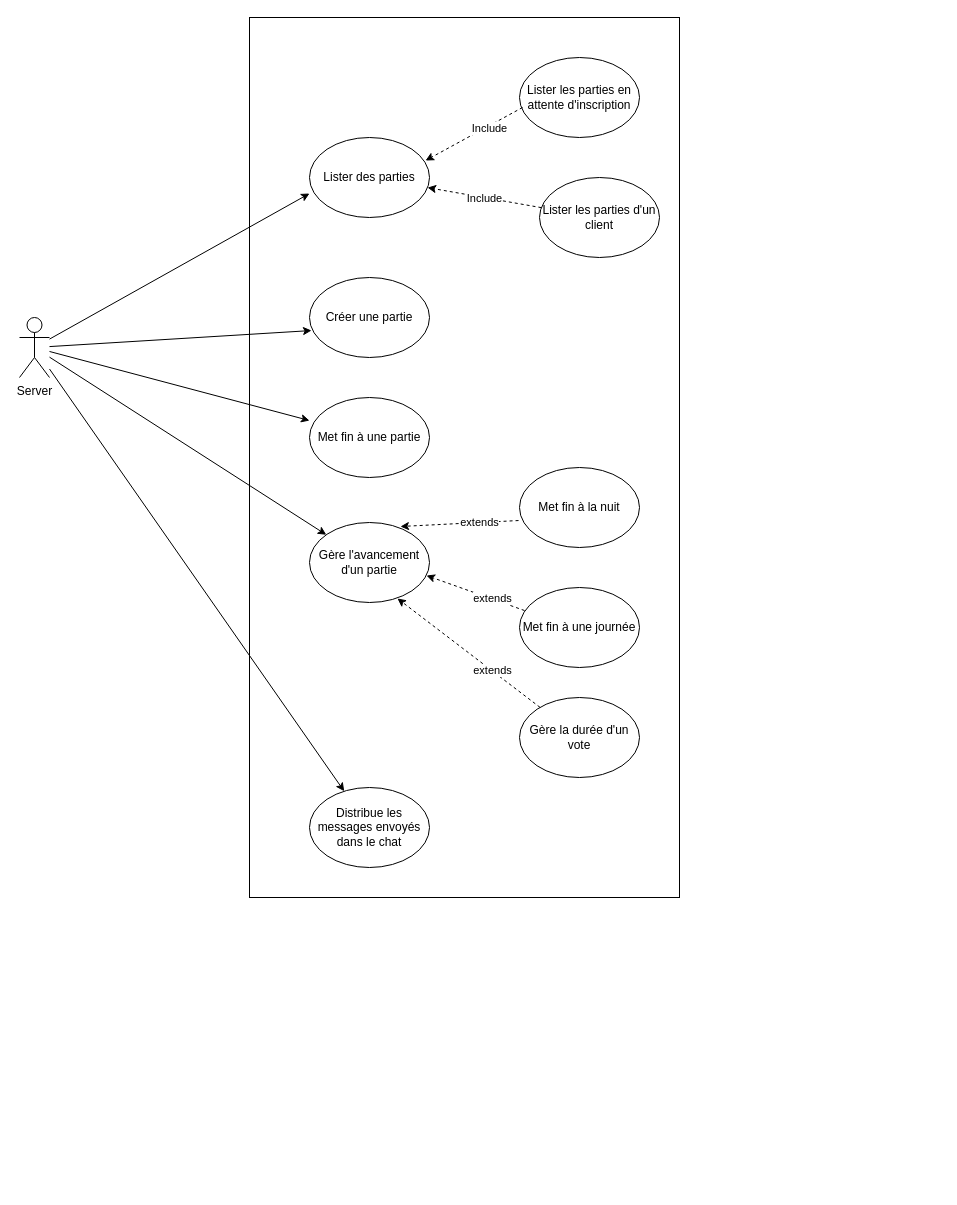
Earlier version of the draw.io diagram documentation/server/use_case.drawio (gfhuth/werewolf). Source tidied: cells renumbered, new cells numbered last; positions are measured from the earlier drawing's top-left corner, leaving out a move shared by most shapes. Both pictures are drawn from the tidied source at 100%, with x=0, y=0 at pixel (19, 17).
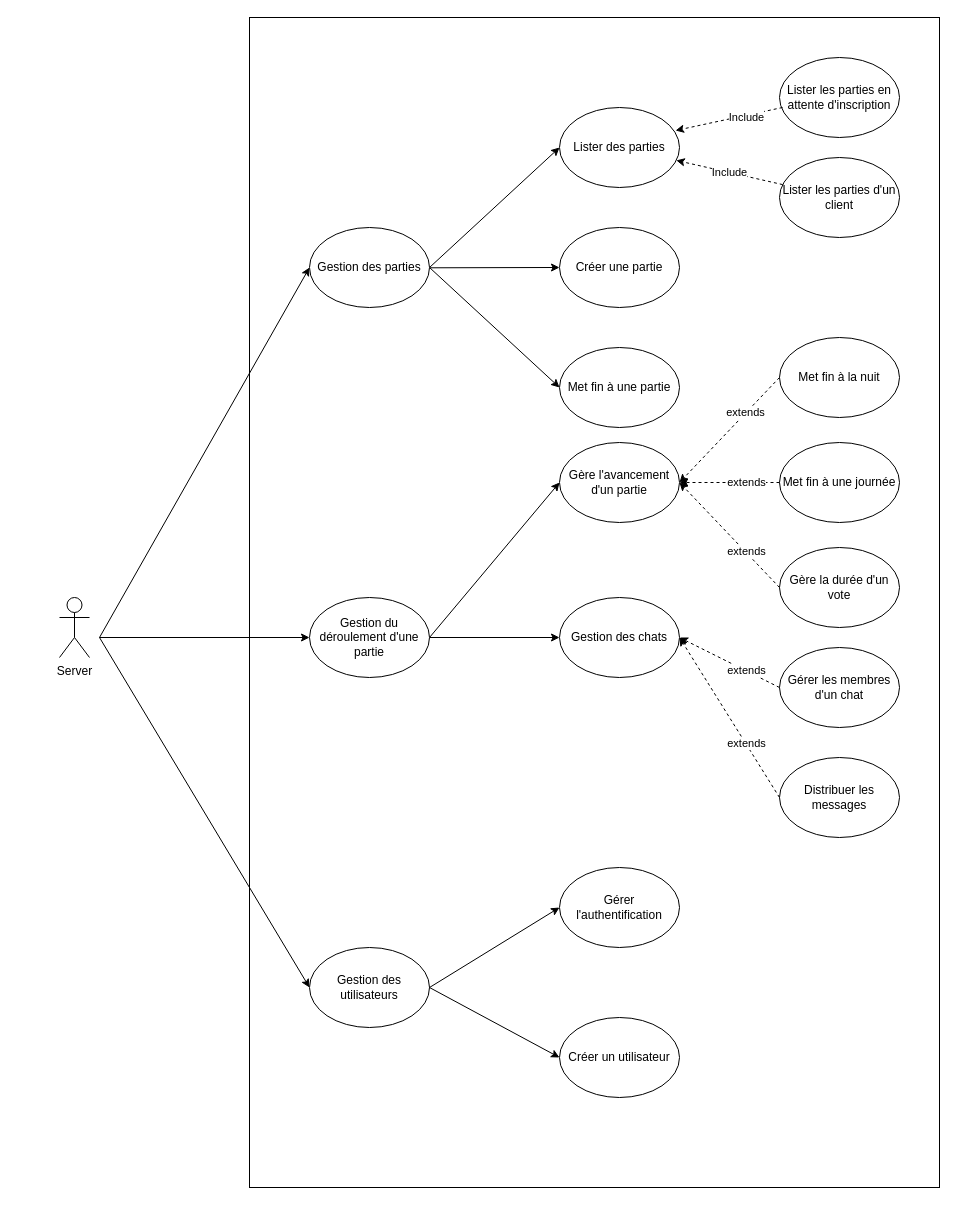
The same page after the edit.

Diff of the diagram source:
```diff
@@
     <mxCell id="2" style="rounded=0;whiteSpace=wrap;html=1;" parent="1" vertex="1">
-      <mxGeometry x="230" width="430" height="880" as="geometry" />
+      <mxGeometry x="230" width="690" height="1170" as="geometry" />
     </mxCell>
     <mxCell id="3" value="Server" style="shape=umlActor;verticalLabelPosition=bottom;verticalAlign=top;html=1;outlineConnect=0;" parent="1" vertex="1">
-      <mxGeometry y="300" width="30" height="60" as="geometry" />
+      <mxGeometry x="40" y="580" width="30" height="60" as="geometry" />
     </mxCell>
+    <mxCell id="29" style="edgeStyle=none;html=1;exitX=0;exitY=0.5;exitDx=0;exitDy=0;entryX=1;entryY=0.5;entryDx=0;entryDy=0;endArrow=none;startArrow=classic;startFill=1;endFill=0;" parent="1" edge="1" source="4" target="45">
+      <mxGeometry relative="1" as="geometry" />
+    </mxCell>
     <mxCell id="4" value="Lister des parties" style="ellipse;whiteSpace=wrap;html=1;" parent="1" vertex="1">
-      <mxGeometry x="290" y="120" width="120" height="80" as="geometry" />
+      <mxGeometry x="540" y="90" width="120" height="80" as="geometry" />
     </mxCell>
     <mxCell id="5" value="Lister les parties d'un client" style="ellipse;whiteSpace=wrap;html=1;" parent="1" vertex="1">
-      <mxGeometry x="520" y="160" width="120" height="80" as="geometry" />
+      <mxGeometry x="760" y="140" width="120" height="80" as="geometry" />
     </mxCell>
     <mxCell id="6" value="Lister les parties en attente d'inscription" style="ellipse;whiteSpace=wrap;html=1;" parent="1" vertex="1">
-      <mxGeometry x="500" y="40" width="120" height="80" as="geometry" />
+      <mxGeometry x="760" y="40" width="120" height="80" as="geometry" />
     </mxCell>
@@
-    <mxCell id="11" style="endArrow=classic;html=1;entryX=0;entryY=0.7;entryDx=0;entryDy=0;entryPerimeter=0;" parent="1" edge="1" source="3" target="4">
-      <mxGeometry relative="1" as="geometry" />
-    </mxCell>
+    <mxCell id="30" style="edgeStyle=none;html=1;exitX=0;exitY=0.5;exitDx=0;exitDy=0;endArrow=none;startArrow=classic;startFill=1;endFill=0;" parent="1" edge="1" source="12">
+      <mxGeometry relative="1" as="geometry">
+        <mxPoint x="410" y="250.3" as="targetPoint" />
+      </mxGeometry>
+    </mxCell>
     <mxCell id="12" value="Créer une partie" style="ellipse;whiteSpace=wrap;html=1;" parent="1" vertex="1">
-      <mxGeometry x="290" y="260" width="120" height="80" as="geometry" />
+      <mxGeometry x="540" y="210" width="120" height="80" as="geometry" />
     </mxCell>
-    <mxCell id="13" style="endArrow=classic;html=1;entryX=0.017;entryY=0.663;entryDx=0;entryDy=0;entryPerimeter=0;" parent="1" edge="1" source="3" target="12">
-      <mxGeometry relative="1" as="geometry" />
-    </mxCell>
+    <mxCell id="31" style="edgeStyle=none;html=1;exitX=0;exitY=0.5;exitDx=0;exitDy=0;startArrow=classic;startFill=1;endArrow=none;endFill=0;" parent="1" edge="1" source="14">
+      <mxGeometry relative="1" as="geometry">
+        <mxPoint x="410" y="250" as="targetPoint" />
+      </mxGeometry>
+    </mxCell>
     <mxCell id="14" value="Met fin à une partie" style="ellipse;whiteSpace=wrap;html=1;" parent="1" vertex="1">
-      <mxGeometry x="290" y="380" width="120" height="80" as="geometry" />
+      <mxGeometry x="540" y="330" width="120" height="80" as="geometry" />
     </mxCell>
-    <mxCell id="15" style="endArrow=classic;html=1;entryX=0;entryY=0.288;entryDx=0;entryDy=0;entryPerimeter=0;" parent="1" edge="1" source="3" target="14">
-      <mxGeometry relative="1" as="geometry" />
-    </mxCell>
     <mxCell id="16" value="Gère l'avancement d'un partie" style="ellipse;whiteSpace=wrap;html=1;" parent="1" vertex="1">
-      <mxGeometry x="290" y="505" width="120" height="80" as="geometry" />
+      <mxGeometry x="540" y="425" width="120" height="80" as="geometry" />
     </mxCell>
-    <mxCell id="17" style="endArrow=classic;html=1;" parent="1" edge="1" source="3" target="16">
-      <mxGeometry relative="1" as="geometry" />
-    </mxCell>
     <mxCell id="18" value="Met fin à la nuit" style="ellipse;whiteSpace=wrap;html=1;" parent="1" vertex="1">
-      <mxGeometry x="500" y="450" width="120" height="80" as="geometry" />
+      <mxGeometry x="760" y="320" width="120" height="80" as="geometry" />
     </mxCell>
     <mxCell id="19" value="Met fin à une journée" style="ellipse;whiteSpace=wrap;html=1;" parent="1" vertex="1">
-      <mxGeometry x="500" y="570" width="120" height="80" as="geometry" />
+      <mxGeometry x="760" y="425" width="120" height="80" as="geometry" />
     </mxCell>
     <mxCell id="20" value="Gère la durée d'un vote" style="ellipse;whiteSpace=wrap;html=1;" parent="1" vertex="1">
-      <mxGeometry x="500" y="680" width="120" height="80" as="geometry" />
+      <mxGeometry x="760" y="530" width="120" height="80" as="geometry" />
     </mxCell>
-    <mxCell id="21" style="endArrow=classic;html=1;dashed=1;entryX=0.758;entryY=0.05;entryDx=0;entryDy=0;entryPerimeter=0;exitX=-0.008;exitY=0.663;exitDx=0;exitDy=0;exitPerimeter=0;" parent="1" edge="1" source="18" target="16">
+    <mxCell id="21" style="endArrow=classic;html=1;dashed=1;entryX=1;entryY=0.5;entryDx=0;entryDy=0;exitX=0;exitY=0.5;exitDx=0;exitDy=0;" parent="1" edge="1" source="18" target="16">
       <mxGeometry relative="1" as="geometry" />
     </mxCell>
@@
-    <mxCell id="23" style="endArrow=classic;html=1;dashed=1;entryX=0.975;entryY=0.663;entryDx=0;entryDy=0;entryPerimeter=0;exitX=0.042;exitY=0.288;exitDx=0;exitDy=0;exitPerimeter=0;" parent="1" edge="1" source="19" target="16">
+    <mxCell id="23" style="endArrow=classic;html=1;dashed=1;entryX=1;entryY=0.5;entryDx=0;entryDy=0;exitX=0;exitY=0.5;exitDx=0;exitDy=0;" parent="1" edge="1" source="19" target="16">
       <mxGeometry relative="1" as="geometry" />
     </mxCell>
@@
-    <mxCell id="25" style="endArrow=classic;html=1;dashed=1;entryX=0.733;entryY=0.95;entryDx=0;entryDy=0;entryPerimeter=0;" parent="1" edge="1" source="20" target="16">
+    <mxCell id="25" style="endArrow=classic;html=1;dashed=1;entryX=1;entryY=0.5;entryDx=0;entryDy=0;exitX=0;exitY=0.5;exitDx=0;exitDy=0;" parent="1" edge="1" source="20" target="16">
       <mxGeometry relative="1" as="geometry" />
     </mxCell>
@@
-    <mxCell id="27" value="Distribue les messages envoyés dans le chat" style="ellipse;whiteSpace=wrap;html=1;" parent="1" vertex="1">
-      <mxGeometry x="290" y="770" width="120" height="80" as="geometry" />
+    <mxCell id="27" value="Gestion des chats" style="ellipse;whiteSpace=wrap;html=1;" parent="1" vertex="1">
+      <mxGeometry x="540" y="580" width="120" height="80" as="geometry" />
     </mxCell>
-    <mxCell id="28" style="endArrow=classic;html=1;" parent="1" edge="1" source="3" target="27">
-      <mxGeometry relative="1" as="geometry" />
-    </mxCell>
+    <mxCell id="32" style="edgeStyle=none;html=1;exitX=1;exitY=0.5;exitDx=0;exitDy=0;entryX=0;entryY=0.5;entryDx=0;entryDy=0;" parent="1" edge="1" source="35" target="16">
+      <mxGeometry relative="1" as="geometry" />
+    </mxCell>
+    <mxCell id="33" style="edgeStyle=none;html=1;exitX=1;exitY=0.5;exitDx=0;exitDy=0;entryX=0;entryY=0.5;entryDx=0;entryDy=0;" parent="1" edge="1" source="35" target="27">
+      <mxGeometry relative="1" as="geometry" />
+    </mxCell>
+    <mxCell id="34" style="edgeStyle=none;html=1;exitX=0;exitY=0.5;exitDx=0;exitDy=0;startArrow=classic;startFill=1;endArrow=none;endFill=0;" parent="1" edge="1" source="35">
+      <mxGeometry relative="1" as="geometry">
+        <mxPoint x="80" y="620" as="targetPoint" />
+      </mxGeometry>
+    </mxCell>
+    <mxCell id="35" value="Gestion du déroulement d'une partie" style="ellipse;whiteSpace=wrap;html=1;" parent="1" vertex="1">
+      <mxGeometry x="290" y="580" width="120" height="80" as="geometry" />
+    </mxCell>
+    <mxCell id="36" value="Gérer les membres&lt;br&gt;d'un chat" style="ellipse;whiteSpace=wrap;html=1;" parent="1" vertex="1">
+      <mxGeometry x="760" y="630" width="120" height="80" as="geometry" />
+    </mxCell>
+    <mxCell id="37" value="Distribuer les messages" style="ellipse;whiteSpace=wrap;html=1;" parent="1" vertex="1">
+      <mxGeometry x="760" y="740" width="120" height="80" as="geometry" />
+    </mxCell>
+    <mxCell id="38" style="endArrow=classic;html=1;dashed=1;entryX=1;entryY=0.5;entryDx=0;entryDy=0;exitX=0;exitY=0.5;exitDx=0;exitDy=0;" parent="1" edge="1" source="36" target="27">
+      <mxGeometry relative="1" as="geometry" />
+    </mxCell>
+    <mxCell id="39" value="extends" style="edgeLabel;html=1;align=center;verticalAlign=middle;" parent="38" vertex="1">
+      <mxGeometry x="-0.32" y="-1" relative="1" as="geometry" />
+    </mxCell>
+    <mxCell id="40" style="endArrow=classic;html=1;dashed=1;entryX=1;entryY=0.5;entryDx=0;entryDy=0;exitX=0;exitY=0.5;exitDx=0;exitDy=0;" parent="1" edge="1" source="37" target="27">
+      <mxGeometry relative="1" as="geometry" />
+    </mxCell>
+    <mxCell id="41" value="extends" style="edgeLabel;html=1;align=center;verticalAlign=middle;" parent="40" vertex="1">
+      <mxGeometry x="-0.32" y="-1" relative="1" as="geometry" />
+    </mxCell>
+    <mxCell id="42" style="edgeStyle=none;html=1;exitX=0;exitY=0.5;exitDx=0;exitDy=0;startArrow=classic;startFill=1;endArrow=none;endFill=0;" parent="1" edge="1" source="43">
+      <mxGeometry relative="1" as="geometry">
+        <mxPoint x="80" y="620" as="targetPoint" />
+      </mxGeometry>
+    </mxCell>
+    <mxCell id="43" value="Gestion des utilisateurs" style="ellipse;whiteSpace=wrap;html=1;" parent="1" vertex="1">
+      <mxGeometry x="290" y="930" width="120" height="80" as="geometry" />
+    </mxCell>
+    <mxCell id="44" style="edgeStyle=none;html=1;exitX=0;exitY=0.5;exitDx=0;exitDy=0;startArrow=classic;startFill=1;endArrow=none;endFill=0;" parent="1" edge="1" source="45">
+      <mxGeometry relative="1" as="geometry">
+        <mxPoint x="80" y="620" as="targetPoint" />
+      </mxGeometry>
+    </mxCell>
+    <mxCell id="45" value="Gestion des parties" style="ellipse;whiteSpace=wrap;html=1;" parent="1" vertex="1">
+      <mxGeometry x="290" y="210" width="120" height="80" as="geometry" />
+    </mxCell>
+    <mxCell id="46" style="edgeStyle=none;html=1;exitX=0;exitY=0.5;exitDx=0;exitDy=0;endArrow=none;startArrow=classic;startFill=1;endFill=0;" parent="1" edge="1" source="47">
+      <mxGeometry relative="1" as="geometry">
+        <mxPoint x="410" y="970" as="targetPoint" />
+      </mxGeometry>
+    </mxCell>
+    <mxCell id="47" value="Gérer l'authentification" style="ellipse;whiteSpace=wrap;html=1;" parent="1" vertex="1">
+      <mxGeometry x="540" y="850" width="120" height="80" as="geometry" />
+    </mxCell>
+    <mxCell id="48" style="edgeStyle=none;html=1;exitX=0;exitY=0.5;exitDx=0;exitDy=0;entryX=1;entryY=0.5;entryDx=0;entryDy=0;endArrow=none;startArrow=classic;startFill=1;endFill=0;" parent="1" edge="1" source="49" target="43">
+      <mxGeometry relative="1" as="geometry" />
+    </mxCell>
+    <mxCell id="49" value="Créer un utilisateur" style="ellipse;whiteSpace=wrap;html=1;" parent="1" vertex="1">
+      <mxGeometry x="540" y="1000" width="120" height="80" as="geometry" />
+    </mxCell>
```
